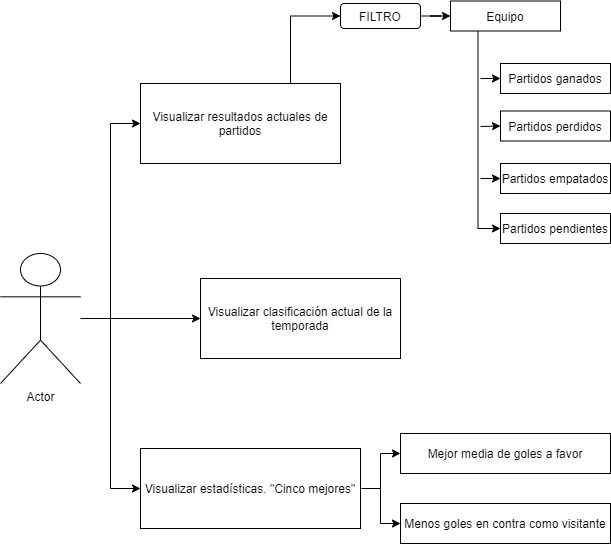
Before: img/laliga_diagram.png, a diagram exported from draw.io (DiegoVaezman/Bootcamp-Project2-LaLigaWebpage). Source tidied: cells renumbered, new cells last; positions are measured from the earlier drawing's top-left corner, leaving out a move shared by most shapes.
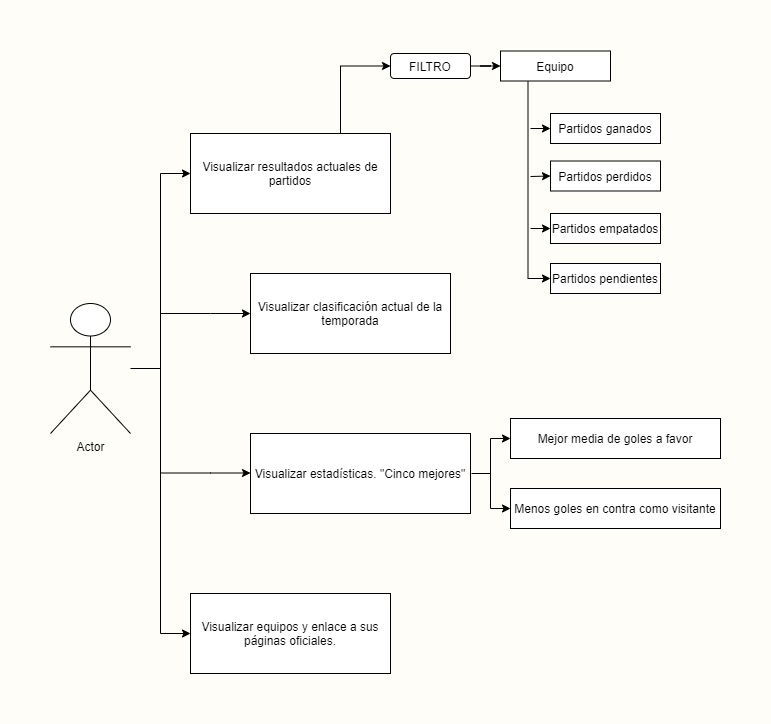
The same diagram one commit later.

Commit message:
LaLigaWebpage V1.0 Proyecto presentado

Change to the diagram source:
```diff
@@ -1,4 +1,4 @@
-<mxGraphModel>
+<mxGraphModel background="#FFFDF7">
   <root>
     <mxCell id="0" />
     <mxCell id="1" parent="0" />
@@ -12,10 +12,10 @@
       <mxGeometry x="140" y="82" width="200" height="80" as="geometry" />
     </mxCell>
     <mxCell id="5" value="Visualizar clasificación actual de la temporada" style="rounded=0;whiteSpace=wrap;html=1;" parent="1" vertex="1">
-      <mxGeometry x="200" y="277" width="200" height="80" as="geometry" />
+      <mxGeometry x="200" y="222" width="200" height="80" as="geometry" />
     </mxCell>
     <mxCell id="6" value="Visualizar estadísticas. &quot;Cinco mejores&quot;" style="rounded=0;whiteSpace=wrap;html=1;" parent="1" vertex="1">
-      <mxGeometry x="140" y="447" width="220" height="80" as="geometry" />
+      <mxGeometry x="200" y="382" width="220" height="80" as="geometry" />
     </mxCell>
     <mxCell id="7" style="edgeStyle=orthogonalEdgeStyle;rounded=0;jettySize=auto;html=1;" parent="1" edge="1" source="8" target="14">
       <mxGeometry relative="1" as="geometry" />
@@ -45,19 +45,20 @@
     <mxCell id="14" value="Equipo" style="rounded=0;whiteSpace=wrap;html=1;" parent="1" vertex="1">
       <mxGeometry x="450" y="-0.5" width="110" height="30" as="geometry" />
     </mxCell>
-    <mxCell id="15" style="edgeStyle=orthogonalEdgeStyle;rounded=0;jettySize=auto;html=1;" parent="1" edge="1" target="5">
+    <mxCell id="15" style="edgeStyle=orthogonalEdgeStyle;rounded=0;jettySize=auto;html=1;entryX=0;entryY=0.5;entryDx=0;entryDy=0;" parent="1" edge="1" target="5">
       <mxGeometry relative="1" as="geometry">
-        <mxPoint x="110" y="312" as="sourcePoint" />
+        <mxPoint x="110" y="262" as="sourcePoint" />
         <Array as="points">
-          <mxPoint x="110" y="317" />
+          <mxPoint x="160" y="262" />
+          <mxPoint x="160" y="262" />
         </Array>
       </mxGeometry>
     </mxCell>
-    <mxCell id="16" style="edgeStyle=orthogonalEdgeStyle;rounded=0;jettySize=auto;html=1;entryX=0;entryY=0.5;entryDx=0;entryDy=0;" parent="1" edge="1" target="6">
+    <mxCell id="16" style="edgeStyle=orthogonalEdgeStyle;rounded=0;jettySize=auto;html=1;entryX=0;entryY=0.5;entryDx=0;entryDy=0;" parent="1" edge="1" target="27">
       <mxGeometry relative="1" as="geometry">
         <mxPoint x="110" y="312" as="sourcePoint" />
         <Array as="points">
-          <mxPoint x="110" y="487" />
+          <mxPoint x="110" y="582" />
         </Array>
       </mxGeometry>
     </mxCell>
@@ -80,32 +81,45 @@
       <mxGeometry relative="1" as="geometry" />
     </mxCell>
     <mxCell id="21" value="Mejor media de goles a favor" style="rounded=0;whiteSpace=wrap;html=1;" parent="1" vertex="1">
-      <mxGeometry x="400" y="432" width="210" height="40" as="geometry" />
+      <mxGeometry x="460" y="367" width="210" height="40" as="geometry" />
     </mxCell>
     <mxCell id="22" value="Menos goles en contra como visitante" style="rounded=0;whiteSpace=wrap;html=1;" parent="1" vertex="1">
-      <mxGeometry x="400" y="502" width="210" height="40" as="geometry" />
+      <mxGeometry x="460" y="437" width="210" height="40" as="geometry" />
     </mxCell>
     <mxCell id="23" style="endArrow=none;html=1;" parent="1" edge="1">
       <mxGeometry relative="1" as="geometry">
-        <mxPoint x="380" y="522" as="sourcePoint" />
-        <mxPoint x="380" y="452" as="targetPoint" />
+        <mxPoint x="440" y="457" as="sourcePoint" />
+        <mxPoint x="440" y="387" as="targetPoint" />
       </mxGeometry>
     </mxCell>
     <mxCell id="24" style="endArrow=none;html=1;" parent="1" edge="1">
       <mxGeometry relative="1" as="geometry">
-        <mxPoint x="361" y="487" as="sourcePoint" />
-        <mxPoint x="380" y="487" as="targetPoint" />
+        <mxPoint x="421" y="422" as="sourcePoint" />
+        <mxPoint x="440" y="422" as="targetPoint" />
       </mxGeometry>
     </mxCell>
     <mxCell id="25" style="endArrow=classic;html=1;entryX=0;entryY=0.5;entryDx=0;entryDy=0;" parent="1" edge="1" target="21">
       <mxGeometry relative="1" as="geometry">
-        <mxPoint x="380" y="452" as="sourcePoint" />
+        <mxPoint x="440" y="387" as="sourcePoint" />
       </mxGeometry>
     </mxCell>
     <mxCell id="26" style="endArrow=classic;html=1;entryX=0;entryY=0.5;entryDx=0;entryDy=0;" parent="1" edge="1" target="22">
       <mxGeometry relative="1" as="geometry">
-        <mxPoint x="380" y="522" as="sourcePoint" />
+        <mxPoint x="440" y="457" as="sourcePoint" />
       </mxGeometry>
     </mxCell>
+    <mxCell id="27" value="Visualizar equipos y enlace a sus páginas oficiales." style="rounded=0;whiteSpace=wrap;html=1;" parent="1" vertex="1">
+      <mxGeometry x="140" y="542" width="200" height="80" as="geometry" />
+    </mxCell>
+    <mxCell id="28" style="edgeStyle=orthogonalEdgeStyle;rounded=0;orthogonalLoop=1;jettySize=auto;html=1;entryX=0;entryY=0.5;entryDx=0;entryDy=0;" parent="1" edge="1">
+      <mxGeometry relative="1" as="geometry">
+        <mxPoint x="110" y="421.5" as="sourcePoint" />
+        <mxPoint x="200" y="421.5" as="targetPoint" />
+        <Array as="points">
+          <mxPoint x="160" y="421.5" />
+          <mxPoint x="160" y="421.5" />
+        </Array>
+      </mxGeometry>
+    </mxCell>
   </root>
 </mxGraphModel>
```
